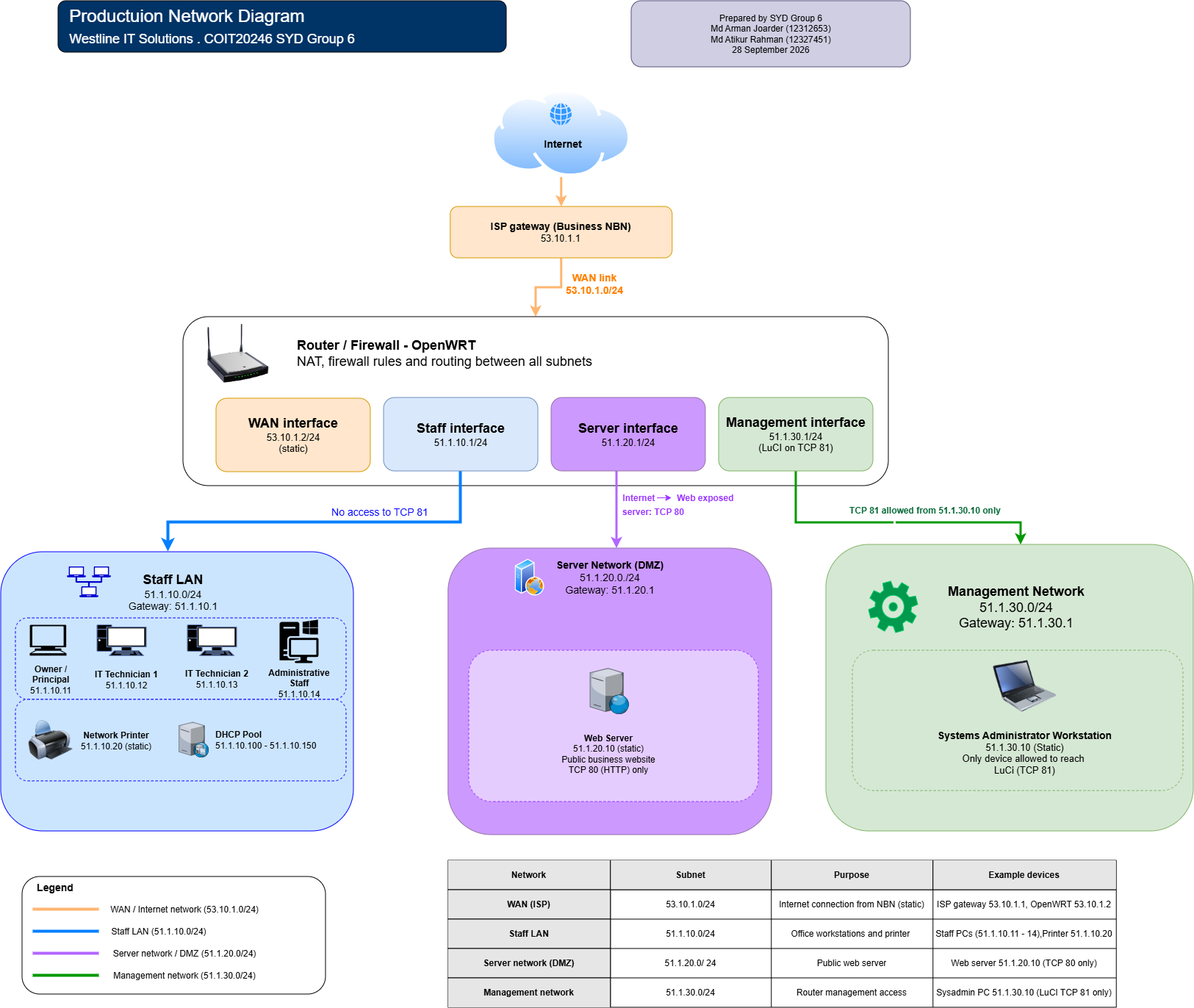
This is images/production-network-diagram.png from T22026-COIT20246-Project-30-MM/SYD-Group-6, a draw.io export, as it was before one commit. Source tidied: cells renumbered, new cells last; positions are measured from the earlier drawing's top-left corner, leaving out a move shared by most shapes.
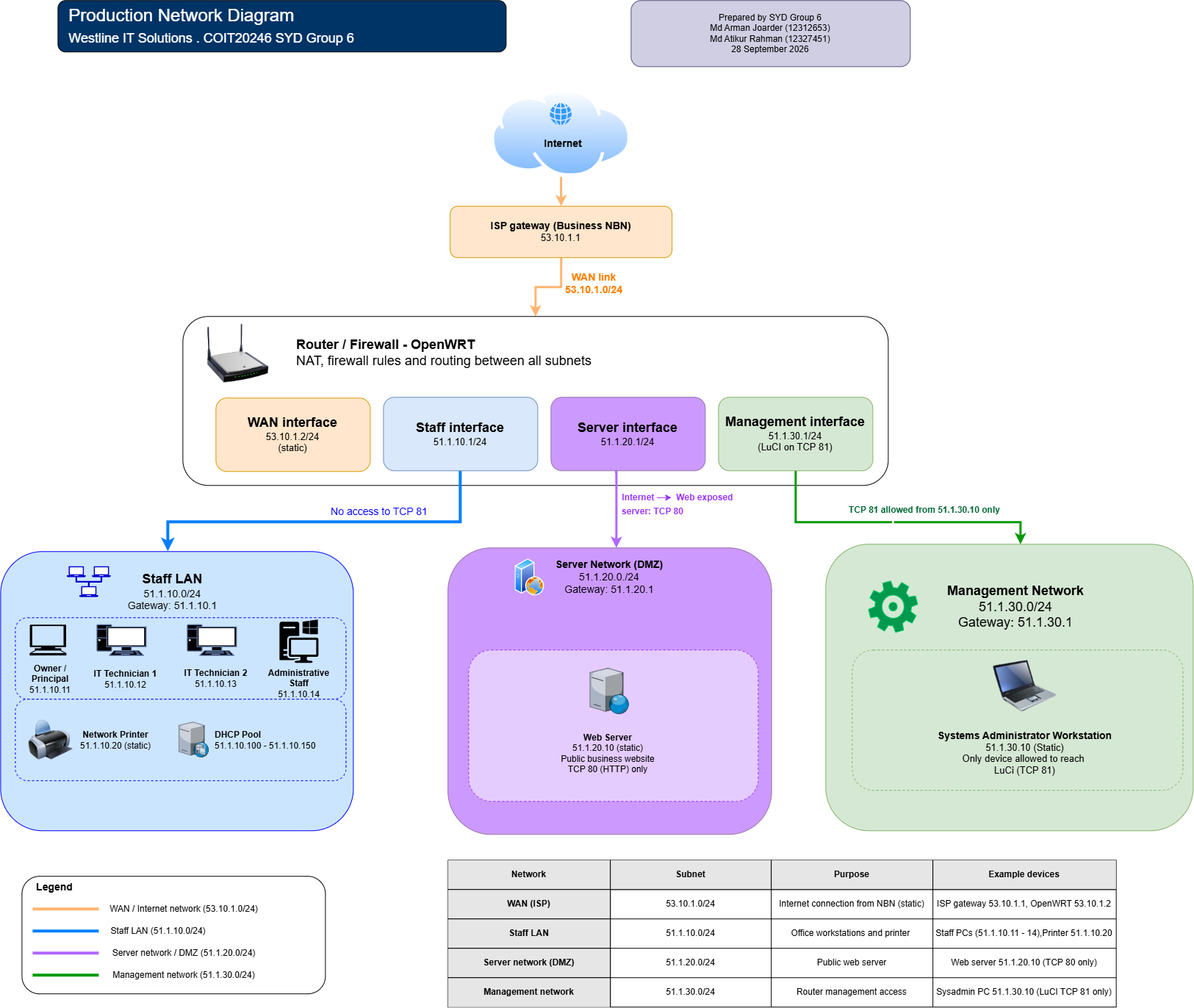
After the commit.

What changed in the source:
```diff
@@ -2,7 +2,7 @@
   <root>
     <mxCell id="0" />
     <mxCell id="1" parent="0" />
-    <mxCell id="2" value="&lt;span style=&quot;color: rgb(255, 255, 255);&quot;&gt;&lt;font style=&quot;font-size: 24px;&quot;&gt;&amp;nbsp; Productuion Network Diagram&amp;nbsp;&lt;/font&gt;&lt;/span&gt;&lt;div&gt;&lt;span style=&quot;color: rgb(255, 255, 255);&quot;&gt;&lt;font style=&quot;font-size: 24px;&quot;&gt;&amp;nbsp; &lt;/font&gt;&lt;font style=&quot;font-size: 18px;&quot;&gt;Westline IT Solutions . COIT20246 SYD Group 6&lt;/font&gt;&lt;/span&gt;&lt;/div&gt;" style="rounded=1;whiteSpace=wrap;html=1;fillColor=#003366;align=left;" parent="1" vertex="1">
+    <mxCell id="2" value="&lt;span style=&quot;color: rgb(255, 255, 255);&quot;&gt;&lt;font style=&quot;font-size: 24px;&quot;&gt;&amp;nbsp; Production Network Diagram&amp;nbsp;&lt;/font&gt;&lt;/span&gt;&lt;div&gt;&lt;span style=&quot;color: rgb(255, 255, 255);&quot;&gt;&lt;font style=&quot;font-size: 24px;&quot;&gt;&amp;nbsp; &lt;/font&gt;&lt;font style=&quot;font-size: 18px;&quot;&gt;Westline IT Solutions . COIT20246 SYD Group 6&lt;/font&gt;&lt;/span&gt;&lt;/div&gt;" style="rounded=1;whiteSpace=wrap;html=1;fillColor=#003366;align=left;" parent="1" vertex="1">
       <mxGeometry x="78" width="610" height="70" as="geometry" />
     </mxCell>
     <mxCell id="3" value="Prepared by SYD Group 6&lt;br&gt;Md Arman Joarder (12312653)&lt;br&gt;Md Atikur Rahman (12327451)&lt;br&gt;28 September 2026" style="rounded=1;whiteSpace=wrap;html=1;fillColor=#d0cee2;strokeColor=#56517e;" parent="1" vertex="1">
@@ -263,7 +263,7 @@
     <mxCell id="82" value="&lt;b&gt;Server network (DMZ)&lt;/b&gt;" style="shape=partialRectangle;html=1;whiteSpace=wrap;strokeColor=inherit;overflow=hidden;fillColor=#E6E6E6;top=0;left=0;bottom=0;right=0;" parent="81" vertex="1">
       <mxGeometry width="221" height="40" as="geometry" />
     </mxCell>
-    <mxCell id="83" value="51.1.20.0/ 24" style="shape=partialRectangle;html=1;whiteSpace=wrap;strokeColor=inherit;overflow=hidden;fillColor=none;top=0;left=0;bottom=0;right=0;" parent="81" vertex="1">
+    <mxCell id="83" value="51.1.20.0/24" style="shape=partialRectangle;html=1;whiteSpace=wrap;strokeColor=inherit;overflow=hidden;fillColor=none;top=0;left=0;bottom=0;right=0;" parent="81" vertex="1">
       <mxGeometry x="221" width="219" height="40" as="geometry" />
     </mxCell>
     <mxCell id="84" value="Public web server" style="shape=partialRectangle;html=1;whiteSpace=wrap;strokeColor=inherit;overflow=hidden;fillColor=none;top=0;left=0;bottom=0;right=0;" parent="81" vertex="1">
```
